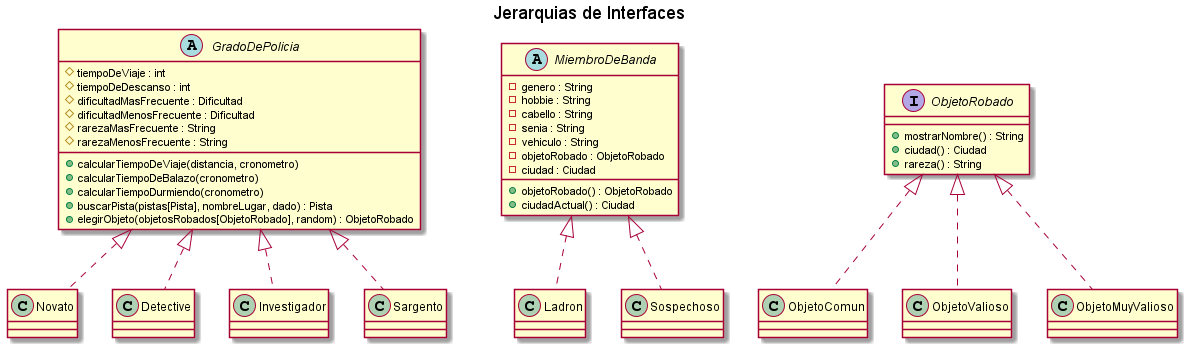
Earlier version of the PlantUML export diagrams/classes/entrega3/DC_Jerarquias.png (kmu01/Algo3_tp2).
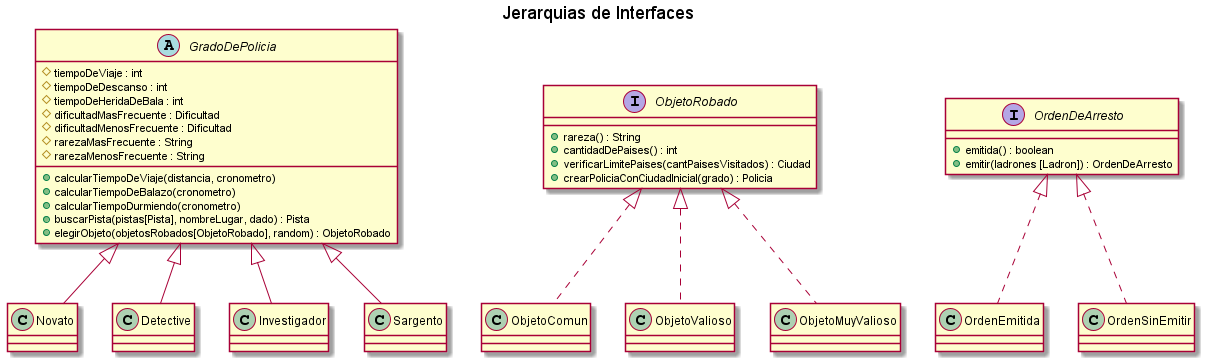
The same file after the commit.

The edit, as a diff of the source:
```diff
@@ -3,6 +3,7 @@
 abstract class GradoDePolicia{
     # tiempoDeViaje : int
     # tiempoDeDescanso : int
+    # tiempoDeHeridaDeBala : int
     # dificultadMasFrecuente : Dificultad
     # dificultadMenosFrecuente : Dificultad
     # rarezaMasFrecuente : String
@@ -18,43 +19,35 @@
 class Investigador{}
 class Sargento{}
 
-
-abstract class MiembroDeBanda{
-    - genero : String
-    - hobbie : String
-    - cabello : String
-    - senia : String
-    - vehiculo : String
-    - objetoRobado : ObjetoRobado
-    - ciudad : Ciudad
-    + objetoRobado() : ObjetoRobado
-    + ciudadActual() : Ciudad
-}
-
-class Ladron{}
-class Sospechoso{}
-
 interface ObjetoRobado{
-    + mostrarNombre() : String
-    + ciudad() : Ciudad
     + rareza() : String
+    + cantidadDePaises() : int
+    + verificarLimitePaises(cantPaisesVisitados) : Ciudad
+    + crearPoliciaConCiudadInicial(grado) : Policia
 }
 
 class ObjetoComun{}
 class ObjetoValioso{}
 class ObjetoMuyValioso{}
 
-GradoDePolicia <|.. Novato
-GradoDePolicia <|.. Detective
-GradoDePolicia <|.. Investigador
-GradoDePolicia <|.. Sargento
 
-MiembroDeBanda <|.. Ladron
-MiembroDeBanda <|.. Sospechoso
+interface OrdenDeArresto{
+    + emitida() : boolean
+    + emitir(ladrones [Ladron]) : OrdenDeArresto
+}
+
+class OrdenEmitida{}
+class OrdenSinEmitir{}
+
+GradoDePolicia <|-- Novato
+GradoDePolicia <|-- Detective
+GradoDePolicia <|-- Investigador
+GradoDePolicia <|-- Sargento
 
 ObjetoRobado <|.. ObjetoComun
 ObjetoRobado <|.. ObjetoValioso
 ObjetoRobado <|.. ObjetoMuyValioso
 
-
+OrdenDeArresto <|.. OrdenEmitida
+OrdenDeArresto <|.. OrdenSinEmitir
 @enduml
```
